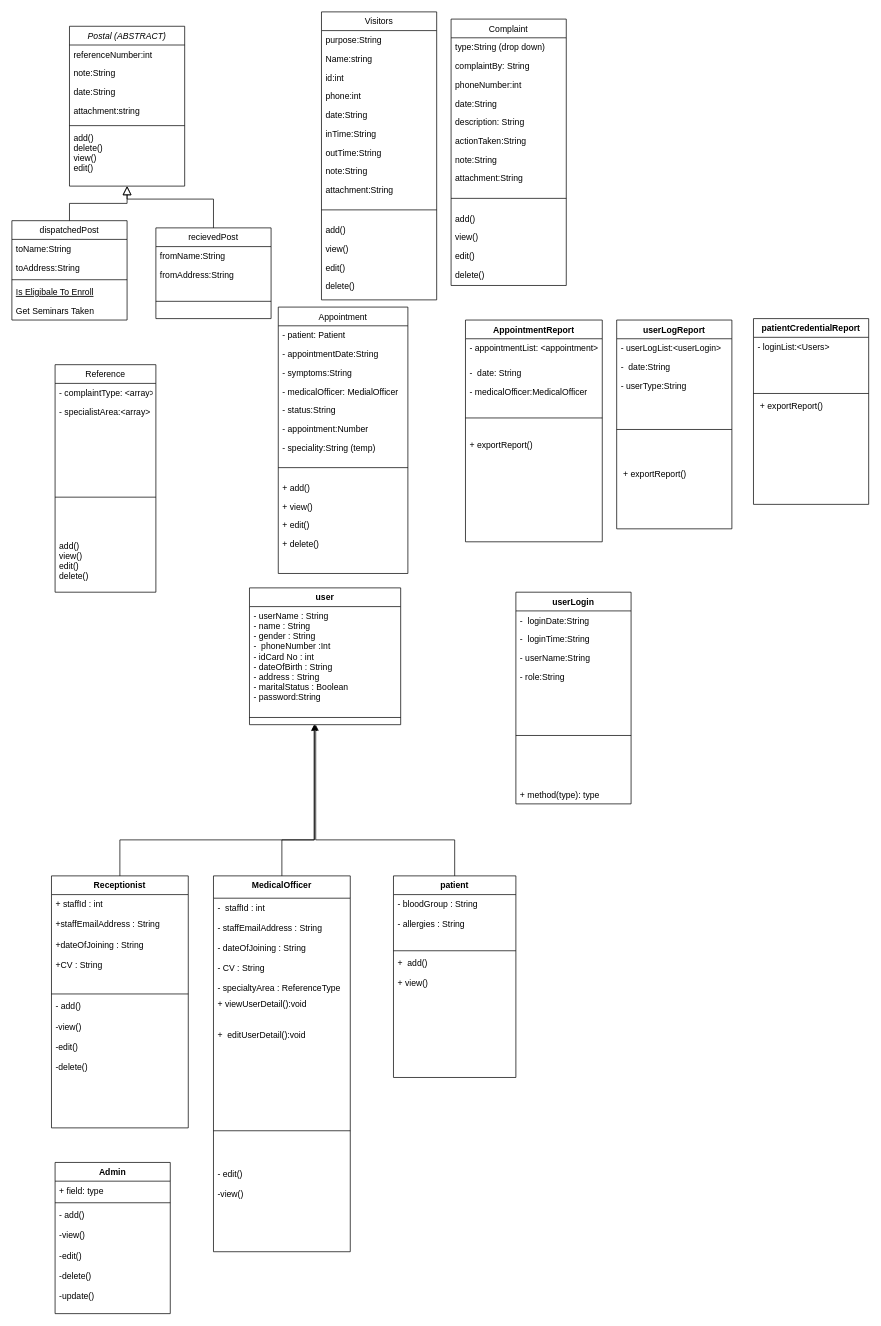
sajath-45/hospital-managment-system-Java-Project keeps this draw.io diagram as Untitled Diagram.drawio. Above is the earlier version. Source tidied: cells renumbered, new cells numbered last; positions are measured from the earlier drawing's top-left corner, leaving out a move shared by most shapes. Both pictures are drawn from the tidied source at 72%, with x=0, y=0 at pixel (12, 12).
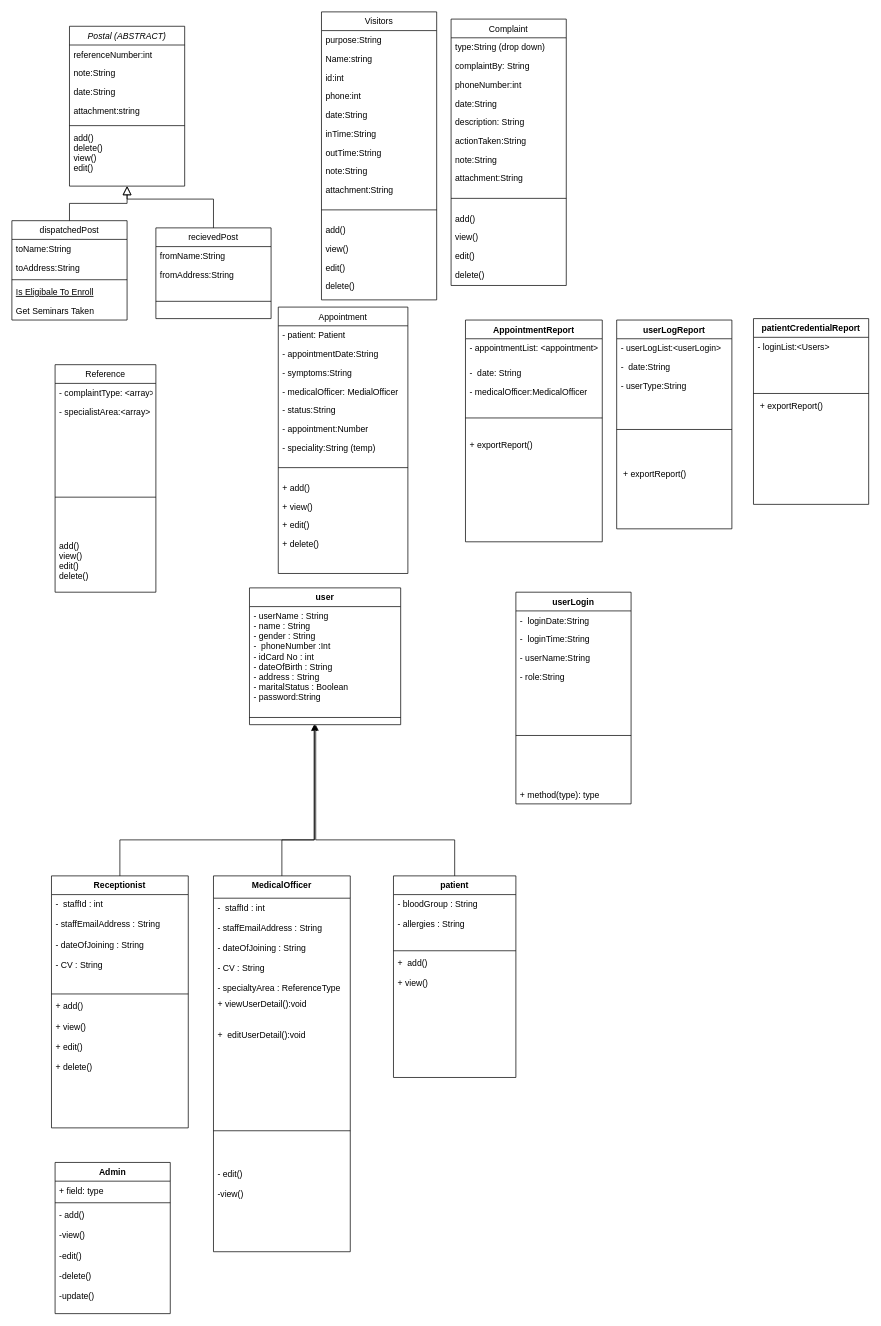
After the change.

The change refers to these unchanged cells:
```xml
<mxCell id="72" value="Receptionist" style="swimlane;fontStyle=1;align=center;verticalAlign=top;horizontal=1;startSize=26;" parent="1" vertex="1">
  <mxGeometry x="55" y="1200" width="190" height="350" as="geometry" />
</mxCell>
```

Change to the diagram source:
```diff
@@
-    <mxCell id="73" value="+ staffId : int&#10;&#10;+staffEmailAddress : String&#10;&#10;+dateOfJoining : String&#10;&#10;+CV : String&#10;&#10;&#10;" style="text;strokeColor=none;fillColor=none;align=left;verticalAlign=top;spacingLeft=4;spacingRight=4;overflow=hidden;" parent="72" vertex="1">
+    <mxCell id="73" value="-  staffId : int&#10;&#10;- staffEmailAddress : String&#10;&#10;- dateOfJoining : String&#10;&#10;- CV : String&#10;&#10;&#10;" style="text;strokeColor=none;fillColor=none;align=left;verticalAlign=top;spacingLeft=4;spacingRight=4;overflow=hidden;" parent="72" vertex="1">
       <mxGeometry y="26" width="190" height="134" as="geometry" />
     </mxCell>
@@
-    <mxCell id="75" value="- add()&#10;&#10;-view()&#10;&#10;-edit()&#10;&#10;-delete()" style="text;strokeColor=none;fillColor=none;align=left;verticalAlign=top;spacingLeft=4;spacingRight=4;overflow=hidden;" parent="72" vertex="1">
+    <mxCell id="75" value="+ add()&#10;&#10;+ view()&#10;&#10;+ edit()&#10;&#10;+ delete()" style="text;strokeColor=none;fillColor=none;align=left;verticalAlign=top;spacingLeft=4;spacingRight=4;overflow=hidden;" parent="72" vertex="1">
       <mxGeometry y="168" width="190" height="182" as="geometry" />
     </mxCell>
```
